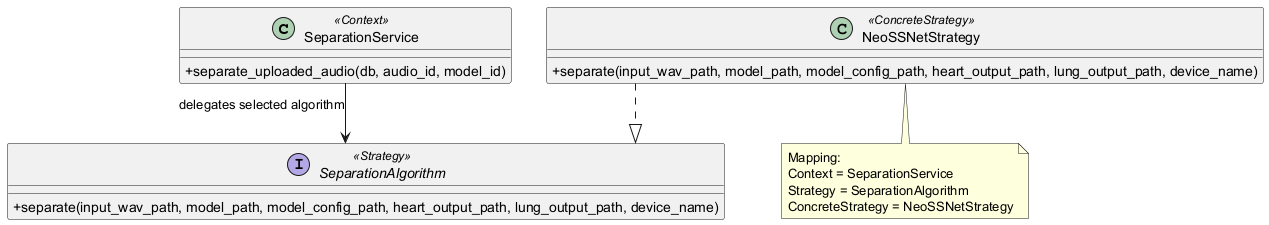
Above: docs/software_design_report/diagrams/img/strategy_project.png in ASHRAF-2004/Machine-Learning-Based-System-for-Cardiopulmonary-Sound-Separation (PlantUML), before the change.
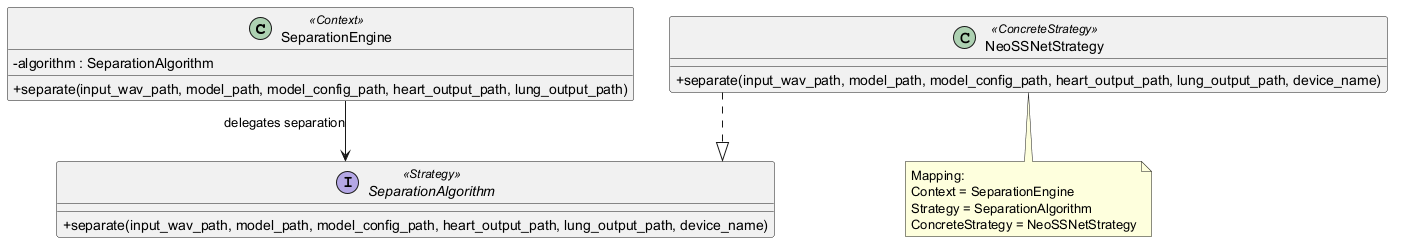
The same file after the commit.

Diff of the diagram source:
```diff
@@ -4,8 +4,9 @@
 skinparam shadowing false
 skinparam linetype ortho
 
-class "SeparationService" as SeparationService <<Context>> {
-  +separate_uploaded_audio(db, audio_id, model_id)
+class "SeparationEngine" as SeparationEngine <<Context>> {
+  -algorithm : SeparationAlgorithm
+  +separate(input_wav_path, model_path, model_config_path, heart_output_path, lung_output_path)
 }
 
 interface SeparationAlgorithm <<Strategy>> {
@@ -16,12 +17,12 @@
   +separate(input_wav_path, model_path, model_config_path, heart_output_path, lung_output_path, device_name)
 }
 
-SeparationService --> SeparationAlgorithm : delegates selected algorithm
+SeparationEngine --> SeparationAlgorithm : delegates separation
 NeoSSNetStrategy ..|> SeparationAlgorithm
 
 note bottom
   Mapping:
-  Context = SeparationService
+  Context = SeparationEngine
   Strategy = SeparationAlgorithm
   ConcreteStrategy = NeoSSNetStrategy
 end note
```
